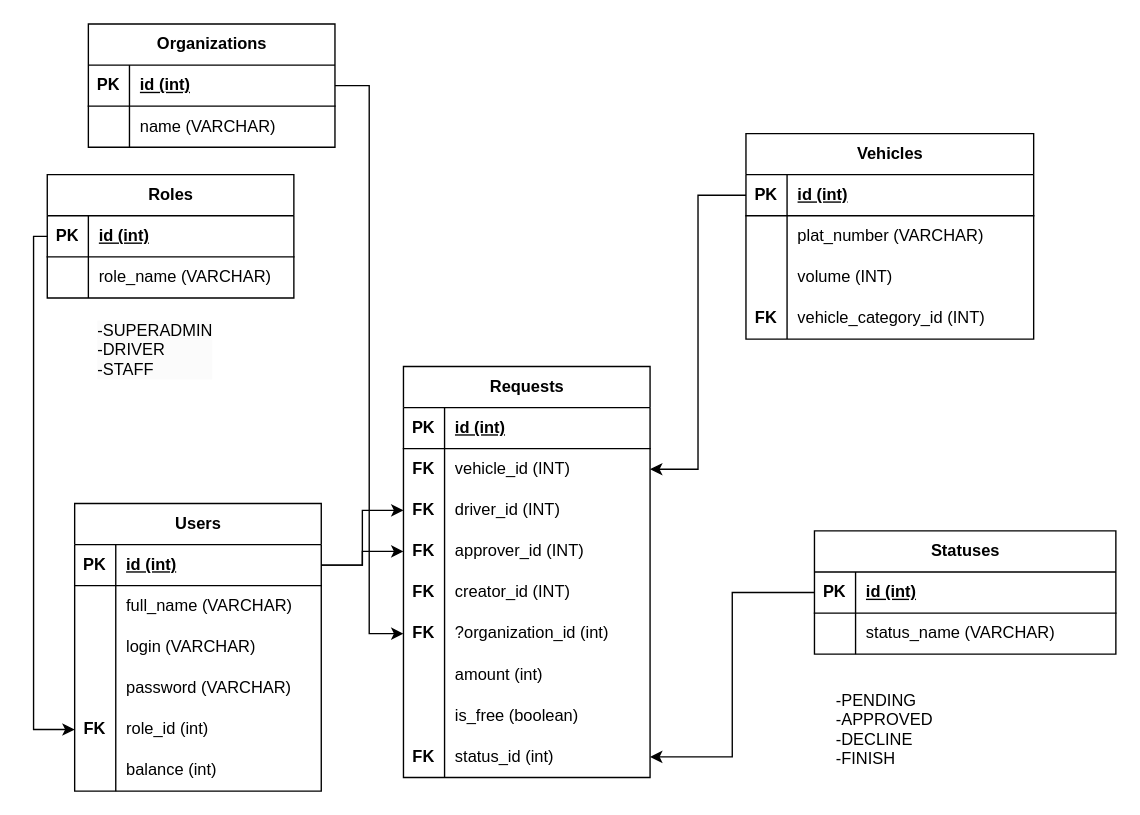
This is torf-be.drawio from fao30/alena, a draw.io file, before an edit. Source tidied: cells renumbered, new cells numbered last; positions are measured from the earlier drawing's top-left corner, leaving out a move shared by most shapes. Both pictures are drawn from the tidied source at 137%, with x=0, y=0 at pixel (33, 23).
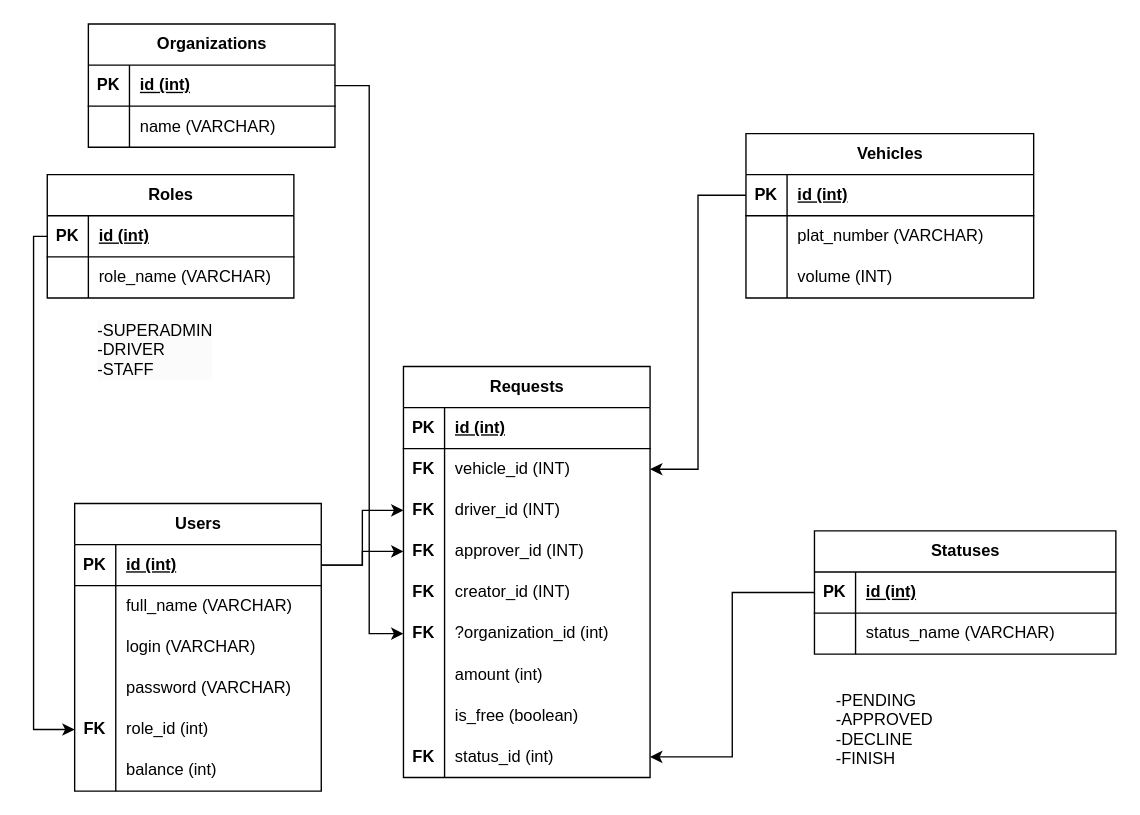
The same diagram, later.

What changed in the source:
```diff
@@
     <mxCell id="29" value="Vehicles" style="shape=table;startSize=30;childLayout=tableLayout;rowLines=0;fontStyle=1;align=center;html=1;" parent="1" vertex="1">
-      <mxGeometry x="520" y="80" width="210" height="150" as="geometry" />
+      <mxGeometry x="520" y="80" width="210" height="120" as="geometry" />
     </mxCell>
@@
-    <mxCell id="39" style="shape=tableRow;horizontal=0;startSize=0;swimlaneHead=0;swimlaneBody=0;fillColor=none;top=0;left=0;right=0;bottom=0;" parent="29" vertex="1">
-      <mxGeometry y="120" width="210" height="30" as="geometry" />
-    </mxCell>
-    <mxCell id="40" value="&lt;b&gt;FK&lt;/b&gt;" style="shape=partialRectangle;fillColor=none;top=0;left=0;bottom=0;right=0;overflow=hidden;whiteSpace=wrap;html=1;" parent="39" vertex="1">
-      <mxGeometry width="30" height="30" as="geometry" />
-    </mxCell>
-    <mxCell id="41" value="&lt;span style=&quot;text-align: center; text-wrap: nowrap;&quot;&gt;vehicle_category_id&lt;/span&gt;&amp;nbsp;(INT)" style="shape=partialRectangle;fillColor=none;top=0;left=0;bottom=0;right=0;align=left;spacingLeft=6;overflow=hidden;whiteSpace=wrap;html=1;" parent="39" vertex="1">
-      <mxGeometry x="30" width="180" height="30" as="geometry" />
-    </mxCell>
```
